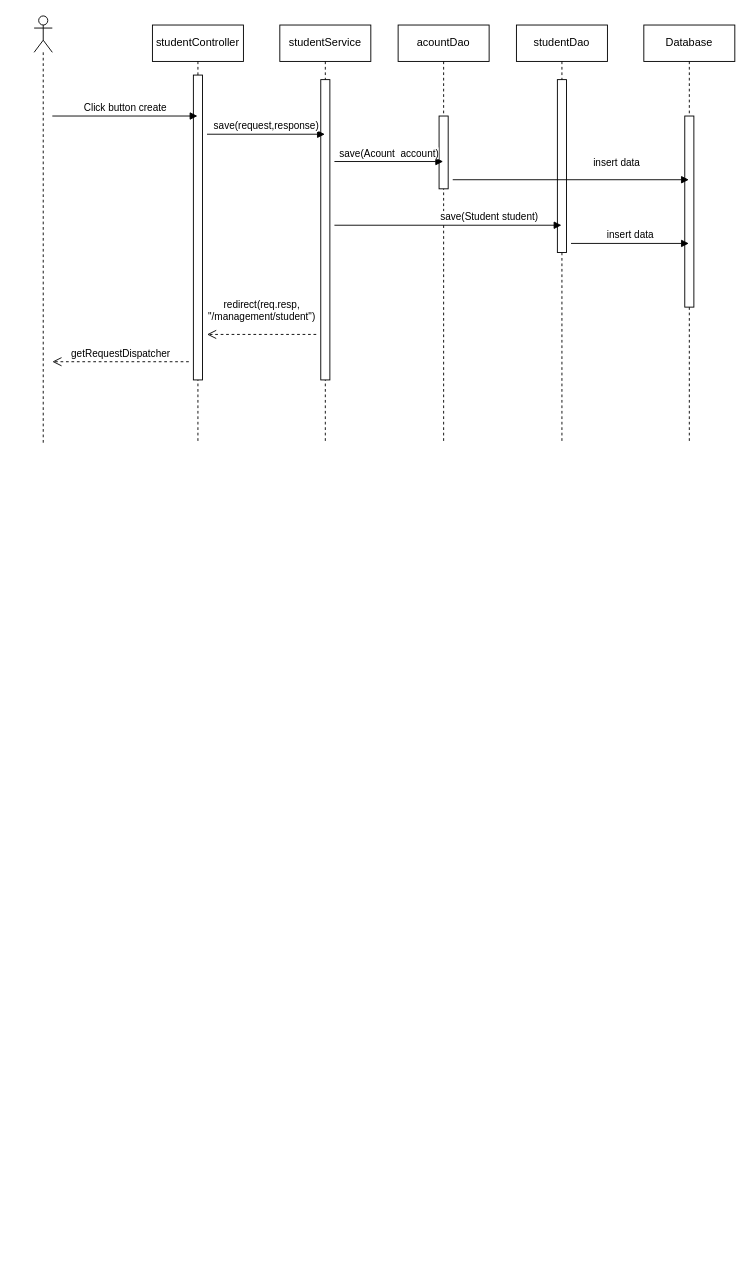
The draw.io diagram page "Page-3" (3 of 17) of Untitled Diagram.drawio in sachvo/CuteXT, before the edit. Source tidied: cells renumbered, new cells numbered last; positions are measured from the earlier drawing's top-left corner, leaving out a move shared by most shapes. Both pictures are drawn from the tidied source at 91%, with x=0, y=0 at pixel (34, 15).
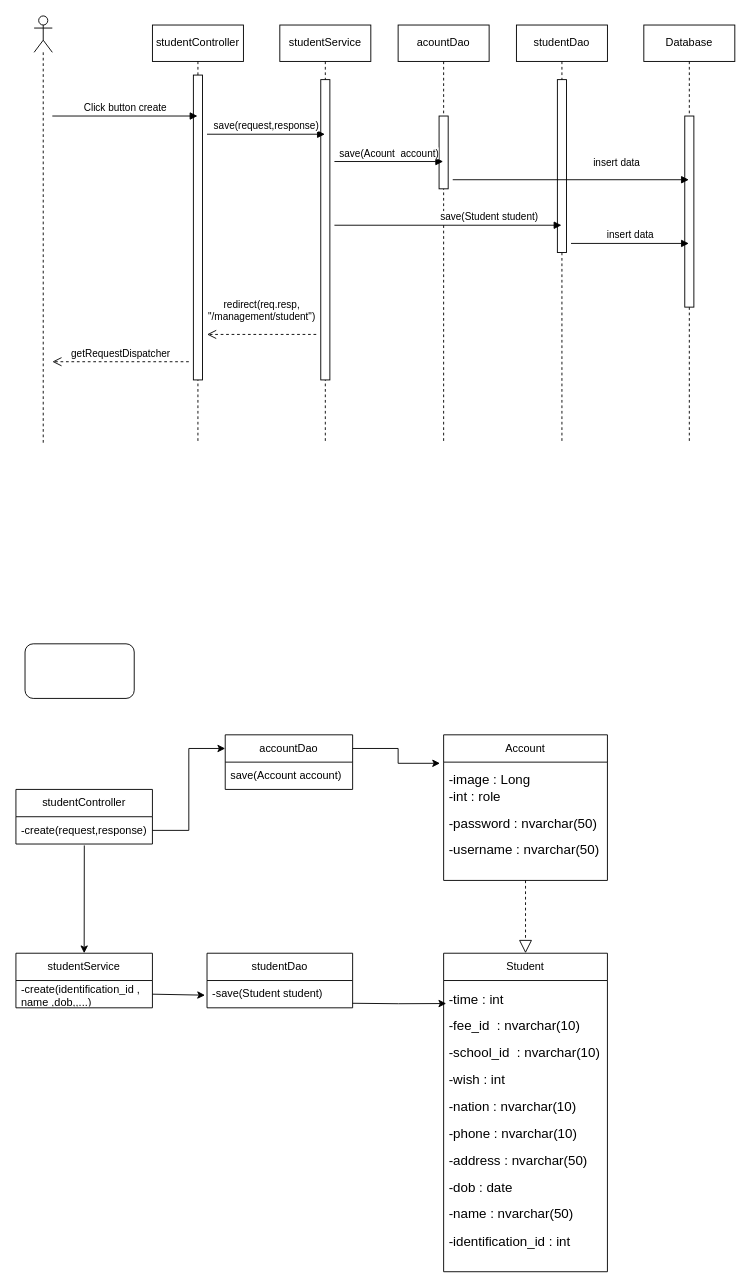
After the change.

The edit, as a diff of the source:
```diff
@@
+    <mxCell id="21" value="studentController" style="swimlane;fontStyle=0;horizontal=1;startSize=30;whiteSpace=wrap;html=1;" parent="1" vertex="1">
+      <mxGeometry x="-20" y="850" width="150" height="60" as="geometry" />
+    </mxCell>
+    <mxCell id="22" value="-create(request,response)" style="text;strokeColor=none;fillColor=none;align=left;verticalAlign=middle;spacingLeft=4;spacingRight=4;overflow=hidden;points=[[0,0.5],[1,0.5]];portConstraint=eastwest;whiteSpace=wrap;html=1;" parent="21" vertex="1">
+      <mxGeometry y="30" width="150" height="30" as="geometry" />
+    </mxCell>
+    <mxCell id="23" value="studentDao" style="swimlane;fontStyle=0;horizontal=1;startSize=30;whiteSpace=wrap;html=1;" parent="1" vertex="1">
+      <mxGeometry x="190" y="1030" width="160" height="60" as="geometry" />
+    </mxCell>
+    <mxCell id="24" value="-save(Student student)" style="text;strokeColor=none;fillColor=none;align=left;verticalAlign=middle;spacingLeft=4;spacingRight=4;overflow=hidden;whiteSpace=wrap;html=1;" parent="23" vertex="1">
+      <mxGeometry y="30" width="160" height="30" as="geometry" />
+    </mxCell>
+    <mxCell id="25" value="studentService" style="swimlane;fontStyle=0;horizontal=1;startSize=30;whiteSpace=wrap;html=1;" parent="1" vertex="1">
+      <mxGeometry x="-20" y="1030" width="150" height="60" as="geometry" />
+    </mxCell>
+    <mxCell id="26" value="-create(identification_id&amp;nbsp;,&lt;br&gt;name ,dob,,...)" style="text;strokeColor=none;fillColor=none;align=left;verticalAlign=middle;spacingLeft=4;spacingRight=4;overflow=hidden;points=[[0,0.5],[1,0.5]];portConstraint=eastwest;whiteSpace=wrap;html=1;" parent="25" vertex="1">
+      <mxGeometry y="30" width="150" height="30" as="geometry" />
+    </mxCell>
+    <mxCell id="27" value="Account" style="swimlane;fontStyle=0;horizontal=1;startSize=30;whiteSpace=wrap;html=1;" parent="1" vertex="1">
+      <mxGeometry x="450" y="790" width="180" height="160" as="geometry" />
+    </mxCell>
+    <mxCell id="28" value="&lt;p style=&quot;line-height:1.38;margin-top:0pt;margin-bottom:0pt;&quot; dir=&quot;ltr&quot;&gt;&lt;/p&gt;&lt;p style=&quot;line-height:1.38;margin-top:0pt;margin-bottom:0pt;&quot; dir=&quot;ltr&quot;&gt;&lt;/p&gt;&lt;p style=&quot;line-height:1.38;margin-top:0pt;margin-bottom:0pt;&quot; dir=&quot;ltr&quot;&gt;&lt;/p&gt;&lt;div&gt;&lt;/div&gt;&lt;span style=&quot;font-size: 11pt; font-family: Arial, sans-serif; background-color: transparent; font-variant-numeric: normal; font-variant-east-asian: normal; font-variant-alternates: normal; font-variant-position: normal; vertical-align: baseline;&quot;&gt;-image : Long&lt;br&gt;-int : role&lt;br&gt;&lt;/span&gt;&lt;p&gt;&lt;/p&gt;&lt;span style=&quot;font-size: 11pt; font-family: Arial, sans-serif; background-color: transparent; font-variant-numeric: normal; font-variant-east-asian: normal; font-variant-alternates: normal; font-variant-position: normal; vertical-align: baseline;&quot;&gt;-password : nvarchar(50)&amp;nbsp;&lt;/span&gt;&lt;p&gt;&lt;/p&gt;&lt;span style=&quot;font-size: 11pt; font-family: Arial, sans-serif; background-color: transparent; font-variant-numeric: normal; font-variant-east-asian: normal; font-variant-alternates: normal; font-variant-position: normal; vertical-align: baseline;&quot;&gt;-username : nvarchar(50)&amp;nbsp;&lt;/span&gt;&lt;p&gt;&lt;/p&gt;&lt;span id=&quot;docs-internal-guid-546da517-7fff-cef4-55ad-a307194a0e7b&quot;&gt;&lt;/span&gt;" style="text;strokeColor=none;fillColor=none;align=left;verticalAlign=middle;spacingLeft=4;spacingRight=4;overflow=hidden;points=[[0,0.5],[1,0.5]];portConstraint=eastwest;whiteSpace=wrap;html=1;" parent="27" vertex="1">
+      <mxGeometry y="30" width="180" height="130" as="geometry" />
+    </mxCell>
+    <mxCell id="29" style="rounded=1;whiteSpace=wrap;html=1;" parent="1" vertex="1">
+      <mxGeometry x="-10" y="690" width="120" height="60" as="geometry" />
+    </mxCell>
+    <mxCell id="30" value="Student" style="swimlane;fontStyle=0;horizontal=1;startSize=30;whiteSpace=wrap;html=1;" parent="1" vertex="1">
+      <mxGeometry x="450" y="1030" width="180" height="350" as="geometry" />
+    </mxCell>
+    <mxCell id="31" value="&lt;p style=&quot;line-height:1.38;margin-top:0pt;margin-bottom:0pt;&quot; dir=&quot;ltr&quot;&gt;&lt;/p&gt;&lt;p style=&quot;line-height:1.38;margin-top:0pt;margin-bottom:0pt;&quot; dir=&quot;ltr&quot;&gt;&lt;/p&gt;&lt;p style=&quot;line-height:1.38;margin-top:0pt;margin-bottom:0pt;&quot; dir=&quot;ltr&quot;&gt;&lt;/p&gt;&lt;p style=&quot;line-height:1.38;margin-top:0pt;margin-bottom:0pt;&quot; dir=&quot;ltr&quot;&gt;&lt;/p&gt;&lt;p style=&quot;line-height:1.38;margin-top:0pt;margin-bottom:0pt;&quot; dir=&quot;ltr&quot;&gt;&lt;/p&gt;&lt;p style=&quot;line-height:1.38;margin-top:0pt;margin-bottom:0pt;&quot; dir=&quot;ltr&quot;&gt;&lt;/p&gt;&lt;p style=&quot;line-height:1.38;margin-top:0pt;margin-bottom:0pt;&quot; dir=&quot;ltr&quot;&gt;&lt;/p&gt;&lt;p style=&quot;line-height:1.38;margin-top:0pt;margin-bottom:0pt;&quot; dir=&quot;ltr&quot;&gt;&lt;/p&gt;&lt;p style=&quot;line-height:1.38;margin-top:0pt;margin-bottom:0pt;&quot; dir=&quot;ltr&quot;&gt;&lt;/p&gt;&lt;p style=&quot;line-height:1.38;margin-top:0pt;margin-bottom:0pt;&quot; dir=&quot;ltr&quot;&gt;&lt;/p&gt;&lt;div&gt;&lt;/div&gt;&lt;span style=&quot;font-size: 11pt; font-family: Arial, sans-serif; background-color: transparent; font-variant-numeric: normal; font-variant-east-asian: normal; font-variant-alternates: normal; font-variant-position: normal; vertical-align: baseline;&quot;&gt;-time : int &lt;/span&gt;&lt;p&gt;&lt;/p&gt;&lt;span style=&quot;font-size: 11pt; font-family: Arial, sans-serif; background-color: transparent; font-variant-numeric: normal; font-variant-east-asian: normal; font-variant-alternates: normal; font-variant-position: normal; vertical-align: baseline;&quot;&gt;-fee_id&amp;nbsp; : nvarchar(10)&lt;/span&gt;&lt;p&gt;&lt;/p&gt;&lt;span style=&quot;font-size: 11pt; font-family: Arial, sans-serif; background-color: transparent; font-variant-numeric: normal; font-variant-east-asian: normal; font-variant-alternates: normal; font-variant-position: normal; vertical-align: baseline;&quot;&gt;-school_id&amp;nbsp; : nvarchar(10)&lt;/span&gt;&lt;p&gt;&lt;/p&gt;&lt;span style=&quot;font-size: 11pt; font-family: Arial, sans-serif; background-color: transparent; font-variant-numeric: normal; font-variant-east-asian: normal; font-variant-alternates: normal; font-variant-position: normal; vertical-align: baseline;&quot;&gt;-wish : int&lt;/span&gt;&lt;p&gt;&lt;/p&gt;&lt;span style=&quot;font-size: 11pt; font-family: Arial, sans-serif; background-color: transparent; font-variant-numeric: normal; font-variant-east-asian: normal; font-variant-alternates: normal; font-variant-position: normal; vertical-align: baseline;&quot;&gt;-nation : nvarchar(10)&lt;/span&gt;&lt;p&gt;&lt;/p&gt;&lt;span style=&quot;font-size: 11pt; font-family: Arial, sans-serif; background-color: transparent; font-variant-numeric: normal; font-variant-east-asian: normal; font-variant-alternates: normal; font-variant-position: normal; vertical-align: baseline;&quot;&gt;-phone : nvarchar(10)&lt;/span&gt;&lt;p&gt;&lt;/p&gt;&lt;span style=&quot;font-size: 11pt; font-family: Arial, sans-serif; background-color: transparent; font-variant-numeric: normal; font-variant-east-asian: normal; font-variant-alternates: normal; font-variant-position: normal; vertical-align: baseline;&quot;&gt;-address : nvarchar(50)&lt;/span&gt;&lt;p&gt;&lt;/p&gt;&lt;span style=&quot;font-size: 11pt; font-family: Arial, sans-serif; background-color: transparent; font-variant-numeric: normal; font-variant-east-asian: normal; font-variant-alternates: normal; font-variant-position: normal; vertical-align: baseline;&quot;&gt;-dob : date&lt;/span&gt;&lt;p&gt;&lt;/p&gt;&lt;span style=&quot;font-size: 11pt; font-family: Arial, sans-serif; background-color: transparent; font-variant-numeric: normal; font-variant-east-asian: normal; font-variant-alternates: normal; font-variant-position: normal; vertical-align: baseline;&quot;&gt;-name : nvarchar(50)&lt;/span&gt;&lt;p&gt;&lt;/p&gt;&lt;span style=&quot;font-size: 11pt; font-family: Arial, sans-serif; background-color: transparent; font-variant-numeric: normal; font-variant-east-asian: normal; font-variant-alternates: normal; font-variant-position: normal; vertical-align: baseline;&quot;&gt;-identification_id : int&amp;nbsp;&lt;/span&gt;&lt;p&gt;&lt;/p&gt;&lt;span id=&quot;docs-internal-guid-ec875b94-7fff-324d-a60e-613ddc787041&quot;&gt;&lt;/span&gt;" style="text;strokeColor=none;fillColor=none;align=left;verticalAlign=middle;spacingLeft=4;spacingRight=4;overflow=hidden;points=[[0,0.5],[1,0.5]];portConstraint=eastwest;whiteSpace=wrap;html=1;" parent="30" vertex="1">
+      <mxGeometry y="30" width="180" height="320" as="geometry" />
+    </mxCell>
+    <mxCell id="32" style="endArrow=classic;html=1;rounded=0;exitX=0.501;exitY=1.052;exitDx=0;exitDy=0;exitPerimeter=0;entryX=0.5;entryY=0;entryDx=0;entryDy=0;" parent="1" edge="1" source="22" target="25">
+      <mxGeometry relative="1" as="geometry" />
+    </mxCell>
+    <mxCell id="33" style="endArrow=classic;html=1;rounded=0;exitX=1;exitY=0.5;exitDx=0;exitDy=0;entryX=-0.014;entryY=0.323;entryDx=0;entryDy=0;entryPerimeter=0;" parent="1" edge="1" source="26">
+      <mxGeometry relative="1" as="geometry">
+        <mxPoint x="187.8" y="1076.1" as="targetPoint" />
+      </mxGeometry>
+    </mxCell>
+    <mxCell id="34" style="edgeStyle=orthogonalEdgeStyle;rounded=0;jettySize=auto;html=1;exitX=1;exitY=0.5;exitDx=0;exitDy=0;entryX=0.016;entryY=0.079;entryDx=0;entryDy=0;entryPerimeter=0;" parent="1" edge="1" target="31">
+      <mxGeometry relative="1" as="geometry">
+        <mxPoint x="350" y="1085" as="sourcePoint" />
+      </mxGeometry>
+    </mxCell>
+    <mxCell id="35" style="endArrow=block;dashed=1;endFill=0;endSize=12;html=1;rounded=0;entryX=0.5;entryY=0;entryDx=0;entryDy=0;" parent="1" edge="1" target="30">
+      <mxGeometry relative="1" as="geometry">
+        <mxPoint x="540" y="950" as="sourcePoint" />
+      </mxGeometry>
+    </mxCell>
+    <mxCell id="36" value="accountDao" style="swimlane;fontStyle=0;horizontal=1;startSize=30;whiteSpace=wrap;html=1;" parent="1" vertex="1">
+      <mxGeometry x="210" y="790" width="140" height="60" as="geometry" />
+    </mxCell>
+    <mxCell id="37" value="save(Account account)" style="text;strokeColor=none;fillColor=none;align=left;verticalAlign=middle;spacingLeft=4;spacingRight=4;overflow=hidden;whiteSpace=wrap;html=1;" parent="36" vertex="1">
+      <mxGeometry y="30" width="140" height="30" as="geometry" />
+    </mxCell>
+    <mxCell id="38" style="edgeStyle=orthogonalEdgeStyle;rounded=0;jettySize=auto;html=1;entryX=0;entryY=0.25;entryDx=0;entryDy=0;" parent="1" edge="1" source="22" target="36">
+      <mxGeometry relative="1" as="geometry" />
+    </mxCell>
+    <mxCell id="39" style="edgeStyle=orthogonalEdgeStyle;rounded=0;jettySize=auto;html=1;entryX=-0.022;entryY=0.01;entryDx=0;entryDy=0;entryPerimeter=0;exitX=1;exitY=0.25;exitDx=0;exitDy=0;" parent="1" edge="1" source="36" target="28">
+      <mxGeometry relative="1" as="geometry" />
+    </mxCell>
```
